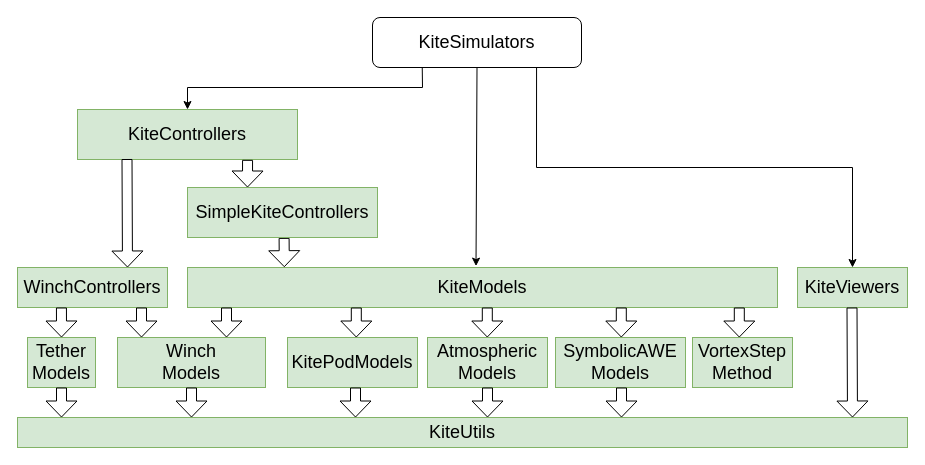
Earlier version of the draw.io diagram page "Page-1" (1 of 2) of dev/kite_power_tools.drawio (OpenSourceAWE/SymbolicAWEModels.jl). Source tidied: cells renumbered, new cells numbered last; positions are measured from the earlier drawing's top-left corner, leaving out a move shared by most shapes. Both pictures are drawn from the tidied source at 100%, with x=0, y=0 at pixel (17, 17).
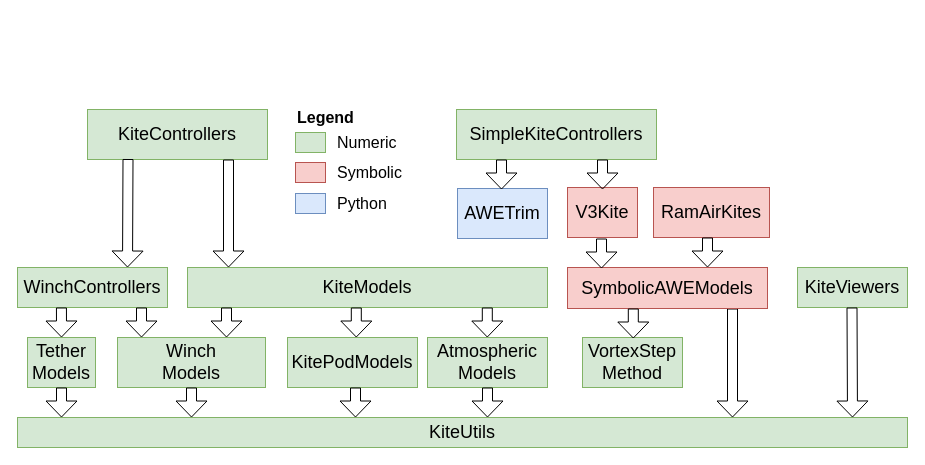
The same diagram, later.

The change refers to these unchanged cells:
```xml
<mxCell id="5" value="&lt;font style=&quot;font-size: 18px;&quot;&gt;KiteViewers&lt;/font&gt;" style="rounded=0;whiteSpace=wrap;html=1;fillColor=#d5e8d4;strokeColor=#82b366;" parent="1" vertex="1">
  <mxGeometry x="780" y="250" width="110" height="40" as="geometry" />
</mxCell>
```

Diff of the diagram source:
```diff
@@
-    <mxCell id="2" value="KiteSimulators" style="rounded=1;whiteSpace=wrap;html=1;fontSize=18;" parent="1" vertex="1">
-      <mxGeometry x="355" width="209" height="50" as="geometry" />
-    </mxCell>
     <mxCell id="3" value="KiteControllers" style="rounded=0;whiteSpace=wrap;html=1;fontSize=18;fillColor=#d5e8d4;strokeColor=#82b366;" parent="1" vertex="1">
-      <mxGeometry x="60" y="92" width="220" height="50" as="geometry" />
+      <mxGeometry x="70" y="92" width="180" height="50" as="geometry" />
     </mxCell>
     <mxCell id="4" value="KiteModels" style="rounded=0;whiteSpace=wrap;html=1;fontSize=18;fillColor=#d5e8d4;strokeColor=#82b366;" parent="1" vertex="1">
-      <mxGeometry x="170" y="250" width="590" height="40" as="geometry" />
+      <mxGeometry x="170" y="250" width="360" height="40" as="geometry" />
     </mxCell>
@@
     <mxCell id="10" value="VortexStep&lt;br&gt;Method" style="rounded=0;whiteSpace=wrap;html=1;fontSize=18;fillColor=#d5e8d4;strokeColor=#82b366;" parent="1" vertex="1">
-      <mxGeometry x="675" y="320" width="100" height="50" as="geometry" />
+      <mxGeometry x="565" y="320" width="100" height="50" as="geometry" />
     </mxCell>
@@
+    <mxCell id="34" style="shape=flexArrow;endArrow=classic;html=1;rounded=0;exitX=0.75;exitY=1;exitDx=0;exitDy=0;endSize=5;" parent="1" edge="1">
+      <mxGeometry relative="1" as="geometry">
+        <mxPoint x="715" y="291" as="sourcePoint" />
+        <mxPoint x="715" y="400" as="targetPoint" />
+      </mxGeometry>
+    </mxCell>
@@
-    <mxCell id="14" style="endArrow=classic;html=1;rounded=0;exitX=0.785;exitY=1.005;exitDx=0;exitDy=0;exitPerimeter=0;entryX=0.5;entryY=0;entryDx=0;entryDy=0;" parent="1" edge="1" source="2" target="5">
-      <mxGeometry relative="1" as="geometry">
-        <Array as="points">
-          <mxPoint x="519" y="150" />
-          <mxPoint x="835" y="150" />
-        </Array>
-      </mxGeometry>
-    </mxCell>
-    <mxCell id="15" style="endArrow=classic;html=1;rounded=0;exitX=0.5;exitY=1;exitDx=0;exitDy=0;entryX=0.489;entryY=-0.035;entryDx=0;entryDy=0;entryPerimeter=0;" parent="1" edge="1" source="2" target="4">
-      <mxGeometry relative="1" as="geometry" />
-    </mxCell>
-    <mxCell id="16" style="shape=flexArrow;endArrow=classic;html=1;rounded=0;exitX=0.689;exitY=1.007;exitDx=0;exitDy=0;endSize=5;exitPerimeter=0;entryX=0.099;entryY=-0.008;entryDx=0;entryDy=0;entryPerimeter=0;" parent="1" edge="1">
-      <mxGeometry relative="1" as="geometry">
-        <mxPoint x="266.6" y="220.4" as="sourcePoint" />
-        <mxPoint x="266.8" y="249.7" as="targetPoint" />
-      </mxGeometry>
-    </mxCell>
@@
-    <mxCell id="24" style="endArrow=classic;html=1;rounded=0;entryX=0.5;entryY=0;entryDx=0;entryDy=0;exitX=0.238;exitY=0.993;exitDx=0;exitDy=0;jumpStyle=none;exitPerimeter=0;" parent="1" edge="1" source="2" target="3">
-      <mxGeometry relative="1" as="geometry">
-        <Array as="points">
-          <mxPoint x="405" y="70" />
-          <mxPoint x="170" y="70" />
-        </Array>
-      </mxGeometry>
-    </mxCell>
     <mxCell id="25" value="SimpleKiteControllers" style="rounded=0;whiteSpace=wrap;html=1;fontSize=18;fillColor=#d5e8d4;strokeColor=#82b366;" parent="1" vertex="1">
-      <mxGeometry x="170" y="170" width="190" height="50" as="geometry" />
+      <mxGeometry x="439" y="92" width="200" height="50" as="geometry" />
     </mxCell>
-    <mxCell id="26" style="shape=flexArrow;endArrow=classic;html=1;rounded=0;endSize=5;exitX=0.773;exitY=1.007;exitDx=0;exitDy=0;exitPerimeter=0;" parent="1" edge="1" source="3">
-      <mxGeometry relative="1" as="geometry">
-        <mxPoint x="230" y="170" as="targetPoint" />
-      </mxGeometry>
-    </mxCell>
@@
-    <mxCell id="29" value="SymbolicAWE&lt;br&gt;Models" style="rounded=0;whiteSpace=wrap;html=1;fontSize=18;fillColor=#d5e8d4;strokeColor=#82b366;" parent="1" vertex="1">
-      <mxGeometry x="538" y="320" width="130" height="50" as="geometry" />
+    <mxCell id="29" value="SymbolicAWEModels" style="rounded=0;whiteSpace=wrap;html=1;fontSize=18;fillColor=#f8cecc;strokeColor=#b85450;" parent="1" vertex="1">
+      <mxGeometry x="550" y="250" width="200" height="41" as="geometry" />
     </mxCell>
@@
-    <mxCell id="31" style="shape=flexArrow;endArrow=classic;html=1;rounded=0;exitX=0.5;exitY=1;exitDx=0;exitDy=0;endSize=5;" parent="1" edge="1">
-      <mxGeometry relative="1" as="geometry">
-        <mxPoint x="603.8" y="290" as="sourcePoint" />
-        <mxPoint x="603.8" y="320" as="targetPoint" />
-      </mxGeometry>
-    </mxCell>
-    <mxCell id="32" style="shape=flexArrow;endArrow=classic;html=1;rounded=0;exitX=0.5;exitY=1;exitDx=0;exitDy=0;endSize=5;" parent="1" edge="1">
-      <mxGeometry relative="1" as="geometry">
-        <mxPoint x="721.8" y="290" as="sourcePoint" />
-        <mxPoint x="721.8" y="320" as="targetPoint" />
-      </mxGeometry>
-    </mxCell>
-    <mxCell id="33" style="shape=flexArrow;endArrow=classic;html=1;rounded=0;exitX=0.5;exitY=1;exitDx=0;exitDy=0;endSize=5;" parent="1" edge="1">
-      <mxGeometry relative="1" as="geometry">
-        <mxPoint x="604" y="370" as="sourcePoint" />
-        <mxPoint x="604" y="400" as="targetPoint" />
-      </mxGeometry>
-    </mxCell>
+    <mxCell id="35" style="shape=flexArrow;endArrow=classic;html=1;rounded=0;exitX=0.5;exitY=1;exitDx=0;exitDy=0;endSize=5;" parent="1" edge="1">
+      <mxGeometry relative="1" as="geometry">
+        <mxPoint x="615.8" y="291" as="sourcePoint" />
+        <mxPoint x="615.8" y="321" as="targetPoint" />
+      </mxGeometry>
+    </mxCell>
+    <mxCell id="36" value="V3Kite" style="rounded=0;whiteSpace=wrap;html=1;fontSize=18;fillColor=#f8cecc;strokeColor=#b85450;" parent="1" vertex="1">
+      <mxGeometry x="550" y="170" width="70" height="50" as="geometry" />
+    </mxCell>
+    <mxCell id="37" value="RamAirKites" style="rounded=0;whiteSpace=wrap;html=1;fontSize=18;fillColor=#f8cecc;strokeColor=#b85450;" parent="1" vertex="1">
+      <mxGeometry x="636" y="170" width="116" height="50" as="geometry" />
+    </mxCell>
+    <mxCell id="38" style="shape=flexArrow;endArrow=classic;html=1;rounded=0;exitX=0.5;exitY=1;exitDx=0;exitDy=0;endSize=5;" parent="1" edge="1">
+      <mxGeometry relative="1" as="geometry">
+        <mxPoint x="690" y="220" as="sourcePoint" />
+        <mxPoint x="690" y="250" as="targetPoint" />
+      </mxGeometry>
+    </mxCell>
+    <mxCell id="39" style="shape=flexArrow;endArrow=classic;html=1;rounded=0;exitX=0.5;exitY=1;exitDx=0;exitDy=0;endSize=5;" parent="1" edge="1">
+      <mxGeometry relative="1" as="geometry">
+        <mxPoint x="584" y="221" as="sourcePoint" />
+        <mxPoint x="584" y="251" as="targetPoint" />
+      </mxGeometry>
+    </mxCell>
+    <mxCell id="40" style="shape=flexArrow;endArrow=classic;html=1;rounded=0;endSize=5;entryX=0.099;entryY=-0.008;entryDx=0;entryDy=0;entryPerimeter=0;exitX=0.225;exitY=0.99;exitDx=0;exitDy=0;exitPerimeter=0;" parent="1" edge="1">
+      <mxGeometry relative="1" as="geometry">
+        <mxPoint x="211" y="142" as="sourcePoint" />
+        <mxPoint x="211" y="250" as="targetPoint" />
+      </mxGeometry>
+    </mxCell>
+    <mxCell id="41" style="shape=flexArrow;endArrow=classic;html=1;rounded=0;exitX=0.5;exitY=1;exitDx=0;exitDy=0;endSize=5;" parent="1" edge="1">
+      <mxGeometry relative="1" as="geometry">
+        <mxPoint x="585" y="142" as="sourcePoint" />
+        <mxPoint x="585" y="172" as="targetPoint" />
+      </mxGeometry>
+    </mxCell>
+    <mxCell id="42" value="AWETrim" style="rounded=0;whiteSpace=wrap;html=1;fontSize=18;fillColor=#dae8fc;strokeColor=#6c8ebf;" parent="1" vertex="1">
+      <mxGeometry x="440" y="171" width="90" height="50" as="geometry" />
+    </mxCell>
+    <mxCell id="43" style="shape=flexArrow;endArrow=classic;html=1;rounded=0;exitX=0.5;exitY=1;exitDx=0;exitDy=0;endSize=5;" parent="1" edge="1">
+      <mxGeometry relative="1" as="geometry">
+        <mxPoint x="484" y="142" as="sourcePoint" />
+        <mxPoint x="484" y="172" as="targetPoint" />
+      </mxGeometry>
+    </mxCell>
+    <mxCell id="44" value="Legend" style="text;html=1;fontSize=16;fontStyle=1;align=left;verticalAlign=middle;" parent="1" vertex="1">
+      <mxGeometry x="278" y="90" width="100" height="20" as="geometry" />
+    </mxCell>
+    <mxCell id="45" style="rounded=0;whiteSpace=wrap;html=1;fillColor=#d5e8d4;strokeColor=#82b366;" parent="1" vertex="1">
+      <mxGeometry x="278" y="115" width="30" height="20" as="geometry" />
+    </mxCell>
+    <mxCell id="46" value="Numeric" style="text;html=1;fontSize=16;align=left;verticalAlign=middle;" parent="1" vertex="1">
+      <mxGeometry x="318" y="110" width="120" height="30" as="geometry" />
+    </mxCell>
+    <mxCell id="47" style="rounded=0;whiteSpace=wrap;html=1;fillColor=#f8cecc;strokeColor=#b85450;" parent="1" vertex="1">
+      <mxGeometry x="278" y="145" width="30" height="20" as="geometry" />
+    </mxCell>
+    <mxCell id="48" value="Symbolic" style="text;html=1;fontSize=16;align=left;verticalAlign=middle;" parent="1" vertex="1">
+      <mxGeometry x="318" y="140" width="120" height="30" as="geometry" />
+    </mxCell>
+    <mxCell id="49" style="rounded=0;whiteSpace=wrap;html=1;fillColor=#dae8fc;strokeColor=#6c8ebf;" parent="1" vertex="1">
+      <mxGeometry x="278" y="176" width="30" height="20" as="geometry" />
+    </mxCell>
+    <mxCell id="50" value="Python" style="text;html=1;fontSize=16;align=left;verticalAlign=middle;" parent="1" vertex="1">
+      <mxGeometry x="318" y="171" width="120" height="30" as="geometry" />
+    </mxCell>
```
